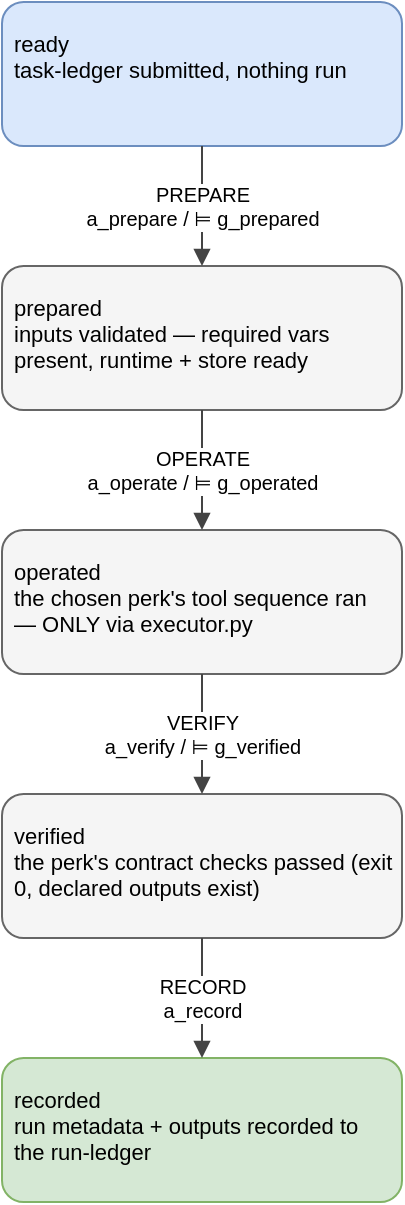
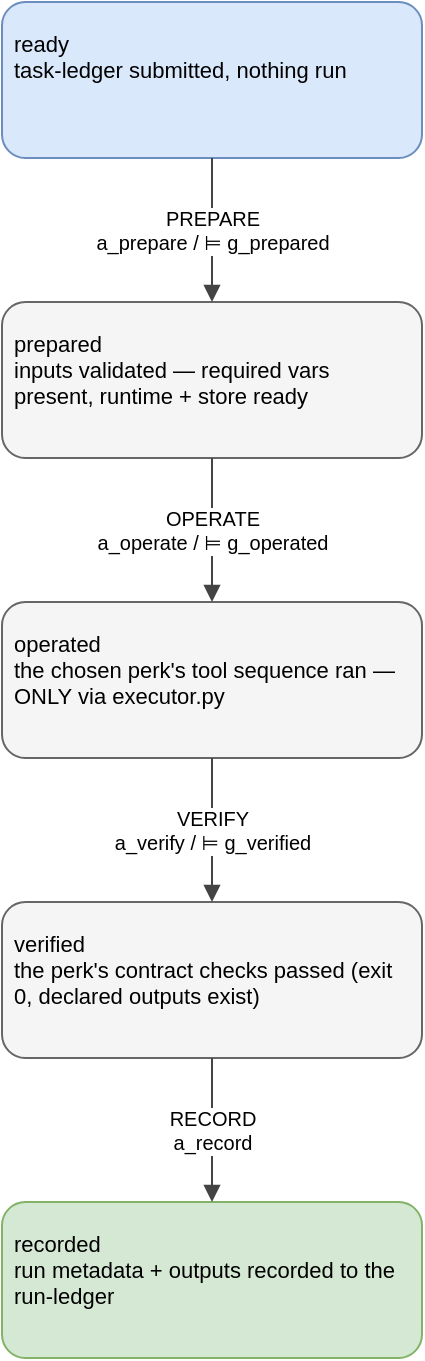
<mxfile host="cyberware">
  <diagram name="codebaseqc">
-     <mxGraphModel dx="900" dy="700" grid="1" gridSize="10" guides="1" tooltips="1" connect="1" arrows="1" fold="1" page="1" pageScale="1" pageWidth="850" pageHeight="1100" math="0" shadow="0">
+     <mxGraphModel dx="900" dy="700" grid="1" gridSize="10" guides="1" tooltips="1" connect="1" arrows="1" fold="1" page="1" pageScale="1" pageWidth="850" pageHeight="1100">
      <root>
        <mxCell id="0"/>
        <mxCell id="1" parent="0"/>
-         <mxCell id="s_ready" value="ready&#10;task-ledger submitted, nothing run" style="rounded=1;whiteSpace=wrap;html=1;fillColor=#dae8fc;strokeColor=#6c8ebf;align=left;verticalAlign=top;spacing=6;spacingTop=4;fontSize=11;" vertex="1" parent="1"><mxGeometry x="40" y="40" width="200" height="72" as="geometry"/></mxCell>
-         <mxCell id="s_prepared" value="prepared&#10;inputs validated — required vars present, runtime + store ready" style="rounded=1;whiteSpace=wrap;html=1;fillColor=#f5f5f5;strokeColor=#666666;align=left;verticalAlign=top;spacing=6;spacingTop=4;fontSize=11;" vertex="1" parent="1"><mxGeometry x="40" y="172" width="200" height="72" as="geometry"/></mxCell>
-         <mxCell id="s_operated" value="operated&#10;the chosen perk&#x27;s tool sequence ran — ONLY via executor.py" style="rounded=1;whiteSpace=wrap;html=1;fillColor=#f5f5f5;strokeColor=#666666;align=left;verticalAlign=top;spacing=6;spacingTop=4;fontSize=11;" vertex="1" parent="1"><mxGeometry x="40" y="304" width="200" height="72" as="geometry"/></mxCell>
-         <mxCell id="s_verified" value="verified&#10;the perk&#x27;s contract checks passed (exit 0, declared outputs exist)" style="rounded=1;whiteSpace=wrap;html=1;fillColor=#f5f5f5;strokeColor=#666666;align=left;verticalAlign=top;spacing=6;spacingTop=4;fontSize=11;" vertex="1" parent="1"><mxGeometry x="40" y="436" width="200" height="72" as="geometry"/></mxCell>
-         <mxCell id="s_recorded" value="recorded&#10;run metadata + outputs recorded to the run-ledger" style="rounded=1;whiteSpace=wrap;html=1;fillColor=#d5e8d4;strokeColor=#82b366;align=left;verticalAlign=top;spacing=6;spacingTop=4;fontSize=11;" vertex="1" parent="1"><mxGeometry x="40" y="568" width="200" height="72" as="geometry"/></mxCell>
+         <mxCell id="s_ready" value="ready&#10;task-ledger submitted, nothing run" style="rounded=1;whiteSpace=wrap;html=1;fillColor=#dae8fc;strokeColor=#6c8ebf;align=left;verticalAlign=top;spacing=6;spacingTop=4;fontSize=11;" vertex="1" parent="1"><mxGeometry x="30" y="30" width="210" height="78" as="geometry"/></mxCell>
+         <mxCell id="s_prepared" value="prepared&#10;inputs validated — required vars present, runtime + store ready" style="rounded=1;whiteSpace=wrap;html=1;fillColor=#f5f5f5;strokeColor=#666666;align=left;verticalAlign=top;spacing=6;spacingTop=4;fontSize=11;" vertex="1" parent="1"><mxGeometry x="30" y="180" width="210" height="78" as="geometry"/></mxCell>
+         <mxCell id="s_operated" value="operated&#10;the chosen perk&#x27;s tool sequence ran — ONLY via executor.py" style="rounded=1;whiteSpace=wrap;html=1;fillColor=#f5f5f5;strokeColor=#666666;align=left;verticalAlign=top;spacing=6;spacingTop=4;fontSize=11;" vertex="1" parent="1"><mxGeometry x="30" y="330" width="210" height="78" as="geometry"/></mxCell>
+         <mxCell id="s_verified" value="verified&#10;the perk&#x27;s contract checks passed (exit 0, declared outputs exist)" style="rounded=1;whiteSpace=wrap;html=1;fillColor=#f5f5f5;strokeColor=#666666;align=left;verticalAlign=top;spacing=6;spacingTop=4;fontSize=11;" vertex="1" parent="1"><mxGeometry x="30" y="480" width="210" height="78" as="geometry"/></mxCell>
+         <mxCell id="s_recorded" value="recorded&#10;run metadata + outputs recorded to the run-ledger" style="rounded=1;whiteSpace=wrap;html=1;fillColor=#d5e8d4;strokeColor=#82b366;align=left;verticalAlign=top;spacing=6;spacingTop=4;fontSize=11;" vertex="1" parent="1"><mxGeometry x="30" y="630" width="210" height="78" as="geometry"/></mxCell>
        <mxCell id="t_0" value="PREPARE&#10;a_prepare / ⊨ g_prepared" style="edgeStyle=orthogonalEdgeStyle;rounded=1;html=1;fontSize=10;endArrow=block;strokeColor=#444444;" edge="1" parent="1" source="s_ready" target="s_prepared"><mxGeometry relative="1" as="geometry"/></mxCell>
        <mxCell id="t_1" value="OPERATE&#10;a_operate / ⊨ g_operated" style="edgeStyle=orthogonalEdgeStyle;rounded=1;html=1;fontSize=10;endArrow=block;strokeColor=#444444;" edge="1" parent="1" source="s_prepared" target="s_operated"><mxGeometry relative="1" as="geometry"/></mxCell>
        <mxCell id="t_2" value="VERIFY&#10;a_verify / ⊨ g_verified" style="edgeStyle=orthogonalEdgeStyle;rounded=1;html=1;fontSize=10;endArrow=block;strokeColor=#444444;" edge="1" parent="1" source="s_operated" target="s_verified"><mxGeometry relative="1" as="geometry"/></mxCell>
        <mxCell id="t_3" value="RECORD&#10;a_record" style="edgeStyle=orthogonalEdgeStyle;rounded=1;html=1;fontSize=10;endArrow=block;strokeColor=#444444;" edge="1" parent="1" source="s_verified" target="s_recorded"><mxGeometry relative="1" as="geometry"/></mxCell>
      </root>
    </mxGraphModel>
  </diagram>
</mxfile>
